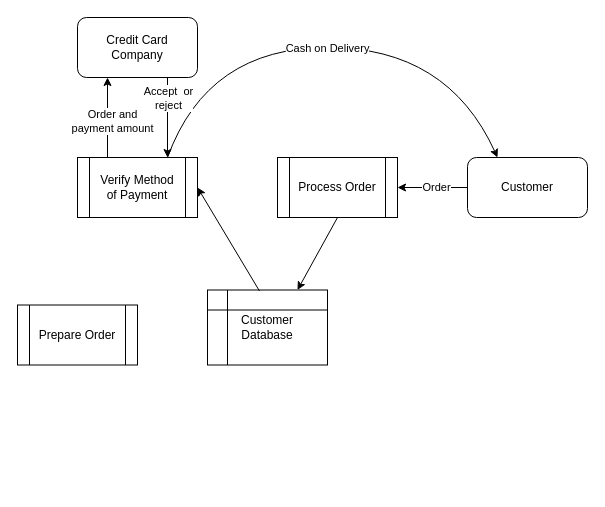
Before: Untitled Diagram.drawio in Rimxez/PRATOYO, a draw.io diagram. Source tidied: cells renumbered, new cells numbered last; positions are measured from the earlier drawing's top-left corner, leaving out a move shared by most shapes. Both pictures are drawn from the tidied source at 100%, with x=0, y=0 at pixel (17, 17).
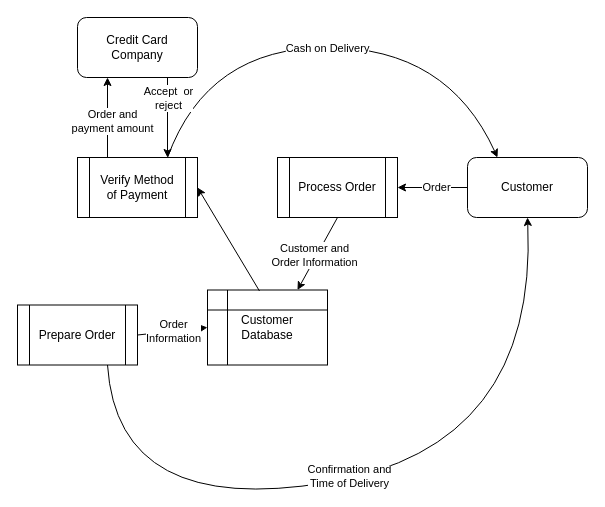
After the change.

The change refers to these unchanged cells:
```xml
<mxCell id="2" value="Customer" style="rounded=1;whiteSpace=wrap;html=1;" parent="1" vertex="1">
  <mxGeometry x="450" y="140" width="120" height="60" as="geometry" />
</mxCell>
<mxCell id="3" value="Customer&lt;br&gt;Database" style="shape=internalStorage;whiteSpace=wrap;html=1;backgroundOutline=1;" parent="1" vertex="1">
  <mxGeometry x="190" y="272.5" width="120" height="75" as="geometry" />
</mxCell>
<mxCell id="6" value="Prepare Order" style="shape=process;whiteSpace=wrap;html=1;backgroundOutline=1;" parent="1" vertex="1">
  <mxGeometry y="287.5" width="120" height="60" as="geometry" />
</mxCell>
<mxCell id="9" style="endArrow=classic;html=1;rounded=0;entryX=0.75;entryY=0;entryDx=0;entryDy=0;exitX=0.5;exitY=1;exitDx=0;exitDy=0;" parent="1" edge="1" source="4" target="3">
  <mxGeometry relative="1" as="geometry" />
</mxCell>
```

Change to the diagram source:
```diff
@@
+    <mxCell id="18" value="Customer and&lt;br&gt;Order Information" style="edgeLabel;html=1;align=center;verticalAlign=middle;" parent="9" vertex="1">
+      <mxGeometry x="0.06" y="-3" relative="1" as="geometry" />
+    </mxCell>
@@
+    <mxCell id="19" style="curved=1;endArrow=classic;html=1;rounded=0;exitX=0.75;exitY=1;exitDx=0;exitDy=0;entryX=0.5;entryY=1;entryDx=0;entryDy=0;" parent="1" edge="1" source="6" target="2">
+      <mxGeometry relative="1" as="geometry">
+        <Array as="points">
+          <mxPoint x="100" y="500" />
+          <mxPoint x="520" y="430" />
+        </Array>
+      </mxGeometry>
+    </mxCell>
+    <mxCell id="20" value="Confirmation and&lt;br&gt;Time of Delivery" style="edgeLabel;html=1;align=center;verticalAlign=middle;" parent="19" vertex="1">
+      <mxGeometry x="-0.04" y="3" relative="1" as="geometry" />
+    </mxCell>
+    <mxCell id="21" style="endArrow=classic;html=1;rounded=0;exitX=1;exitY=0.5;exitDx=0;exitDy=0;entryX=0;entryY=0.5;entryDx=0;entryDy=0;" parent="1" edge="1" source="6" target="3">
+      <mxGeometry relative="1" as="geometry" />
+    </mxCell>
+    <mxCell id="22" value="Order &lt;br&gt;Information" style="edgeLabel;html=1;align=center;verticalAlign=middle;" parent="21" vertex="1">
+      <mxGeometry x="0.03" relative="1" as="geometry" />
+    </mxCell>
```
